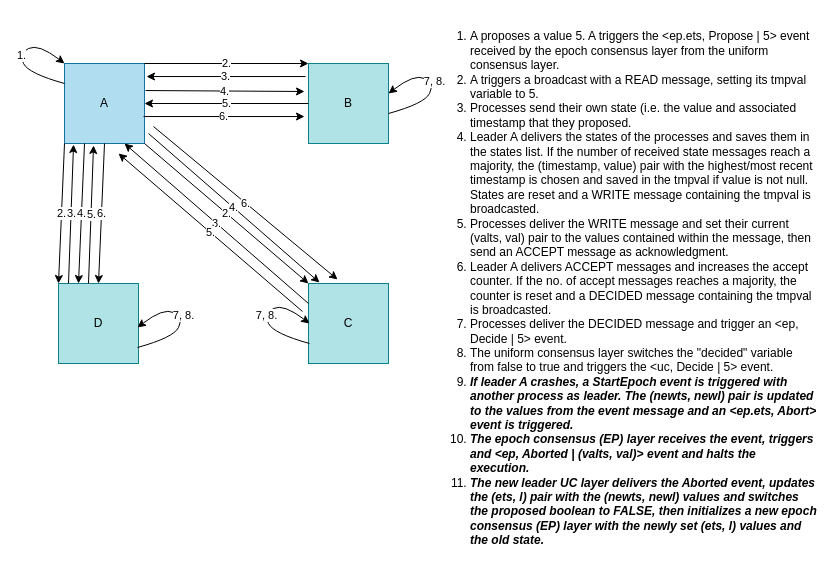
The draw.io diagram Images/epoch_consensus_uniform_consensus_diagram.drawio in EndlessRecurrence/Algorithms-models-and-concepts-in-distributed-systems, before the edit. Source tidied: cells renumbered, new cells numbered last; positions are measured from the earlier drawing's top-left corner, leaving out a move shared by most shapes. Both pictures are drawn from the tidied source at 100%, with x=0, y=0 at pixel (18, 43).
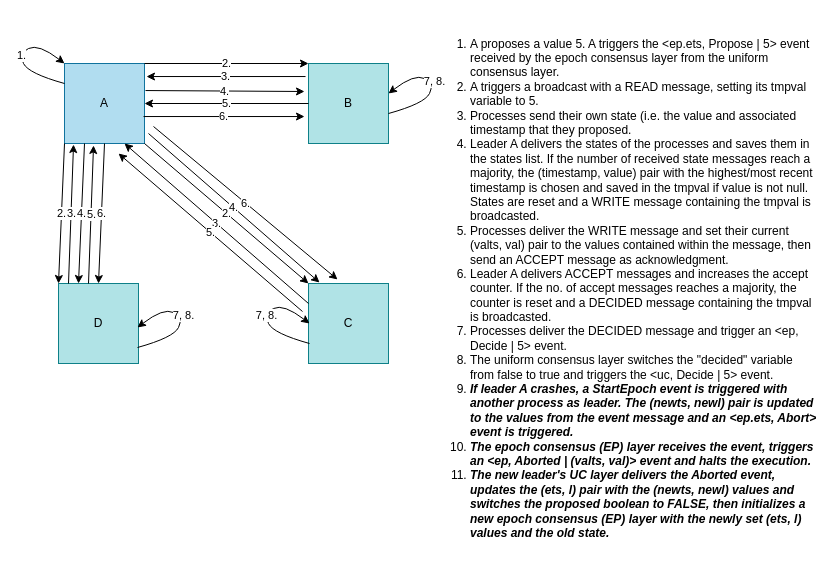
Above is the later version.

What changed in the source:
```diff
@@
-    <mxCell id="6" value="&lt;div&gt;&lt;ol&gt;&lt;li&gt;A proposes a value 5. A triggers the &amp;lt;ep.ets, Propose | 5&amp;gt; event received by the epoch consensus layer from the uniform consensus layer.&lt;/li&gt;&lt;li&gt;A triggers a broadcast with a READ message, setting its tmpval variable to 5. &lt;br&gt;&lt;/li&gt;&lt;li&gt;Processes send their own state (i.e. the value and associated timestamp that they proposed.&lt;/li&gt;&lt;li&gt;Leader A delivers the states of the processes and saves them in the states list. If the number of received state messages reach a majority, the (timestamp, value) pair with the highest/most recent timestamp is chosen and saved in the tmpval if value is not null. States are reset and a WRITE message containing the tmpval is broadcasted.&lt;/li&gt;&lt;li&gt;Processes deliver the WRITE message and set their current (valts, val) pair to the values contained within the message, then send an ACCEPT message as acknowledgment.&lt;/li&gt;&lt;li&gt;Leader A delivers ACCEPT messages and increases the accept counter. If the no. of accept messages reaches a majority, the counter is reset and a DECIDED message containing the tmpval is broadcasted.&lt;/li&gt;&lt;li&gt;Processes deliver the DECIDED message and trigger an &amp;lt;ep, Decide | 5&amp;gt; event. &lt;br&gt;&lt;/li&gt;&lt;li&gt;The uniform consensus layer switches the &quot;decided&quot; variable from false to true and triggers the &amp;lt;uc, Decide | 5&amp;gt; event.&lt;/li&gt;&lt;li&gt;&lt;i&gt;&lt;b&gt;If leader A crashes, a StartEpoch event is triggered with another process as leader. The (newts, newl) pair is updated to the values from the event message and an &amp;lt;ep.ets, Abort&amp;gt; event is triggered.&lt;/b&gt;&lt;/i&gt;&lt;/li&gt;&lt;li&gt;&lt;i&gt;&lt;b&gt;The epoch consensus (EP) layer receives the event, triggers and &amp;lt;ep, Aborted | (valts, val)&amp;gt; event and halts the execution.&lt;/b&gt;&lt;/i&gt;&lt;/li&gt;&lt;li&gt;&lt;i&gt;&lt;b&gt;The new leader UC layer delivers the Aborted event, updates the (ets, l) pair with the (newts, newl) values and switches the proposed boolean to FALSE, then initializes a new epoch consensus (EP) layer with the newly set (ets, l) values and the old state.&lt;/b&gt;&lt;/i&gt;&lt;br&gt;&lt;/li&gt;&lt;/ol&gt;&lt;/div&gt;" style="text;html=1;strokeColor=none;fillColor=none;align=left;verticalAlign=middle;whiteSpace=wrap;rounded=0;" parent="1" vertex="1">
+    <mxCell id="6" value="&lt;div&gt;&lt;ol&gt;&lt;li&gt;A proposes a value 5. A triggers the &amp;lt;ep.ets, Propose | 5&amp;gt; event received by the epoch consensus layer from the uniform consensus layer.&lt;/li&gt;&lt;li&gt;A triggers a broadcast with a READ message, setting its tmpval variable to 5. &lt;br&gt;&lt;/li&gt;&lt;li&gt;Processes send their own state (i.e. the value and associated timestamp that they proposed.&lt;/li&gt;&lt;li&gt;Leader A delivers the states of the processes and saves them in the states list. If the number of received state messages reach a majority, the (timestamp, value) pair with the highest/most recent timestamp is chosen and saved in the tmpval if value is not null. States are reset and a WRITE message containing the tmpval is broadcasted.&lt;/li&gt;&lt;li&gt;Processes deliver the WRITE message and set their current (valts, val) pair to the values contained within the message, then send an ACCEPT message as acknowledgment.&lt;/li&gt;&lt;li&gt;Leader A delivers ACCEPT messages and increases the accept counter. If the no. of accept messages reaches a majority, the counter is reset and a DECIDED message containing the tmpval is broadcasted.&lt;/li&gt;&lt;li&gt;Processes deliver the DECIDED message and trigger an &amp;lt;ep, Decide | 5&amp;gt; event. &lt;br&gt;&lt;/li&gt;&lt;li&gt;The uniform consensus layer switches the &quot;decided&quot; variable from false to true and triggers the &amp;lt;uc, Decide | 5&amp;gt; event.&lt;/li&gt;&lt;li&gt;&lt;i&gt;&lt;b&gt;If leader A crashes, a StartEpoch event is triggered with another process as leader. The (newts, newl) pair is updated to the values from the event message and an &amp;lt;ep.ets, Abort&amp;gt; event is triggered.&lt;/b&gt;&lt;/i&gt;&lt;/li&gt;&lt;li&gt;&lt;i&gt;&lt;b&gt;The epoch consensus (EP) layer receives the event, triggers an &amp;lt;ep, Aborted | (valts, val)&amp;gt; event and halts the execution.&lt;/b&gt;&lt;/i&gt;&lt;/li&gt;&lt;li&gt;&lt;i&gt;&lt;b&gt;The new leader's UC layer delivers the Aborted event, updates the (ets, l) pair with the (newts, newl) values and switches the proposed boolean to FALSE, then initializes a new epoch consensus (EP) layer with the newly set (ets, l) values and the old state.&lt;/b&gt;&lt;/i&gt;&lt;br&gt;&lt;/li&gt;&lt;/ol&gt;&lt;/div&gt;" style="text;html=1;strokeColor=none;fillColor=none;align=left;verticalAlign=middle;whiteSpace=wrap;rounded=0;" parent="1" vertex="1">
       <mxGeometry x="410" y="190" width="390" height="110" as="geometry" />
     </mxCell>
```
